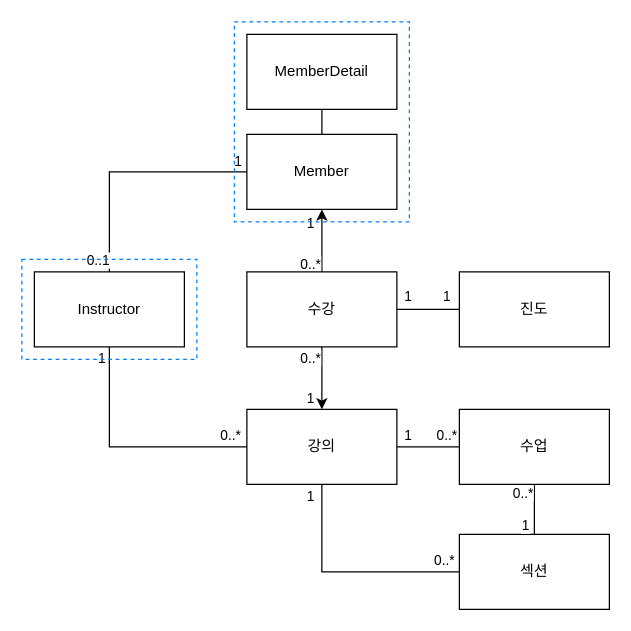
This is 도메인모델.drawio from mrpark219/toby-clean-spring-ddd-hexagonal, a draw.io file, before an edit. Source tidied: cells renumbered, new cells numbered last; positions are measured from the earlier drawing's top-left corner, leaving out a move shared by most shapes. Both pictures are drawn from the tidied source at 125%, with x=0, y=0 at pixel (21, 21).
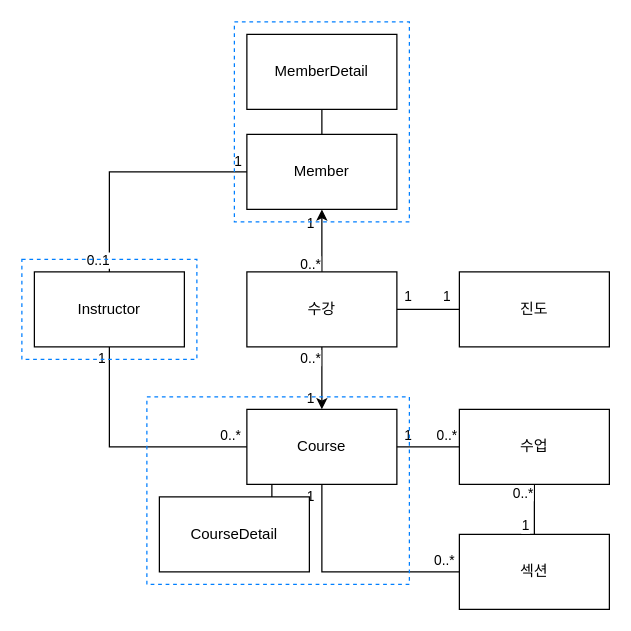
Above is the later version.

Commit message (it also covers changes not shown here):
📝 강의 도메인 설계 추가

Change to the diagram source:
```diff
@@
-    <mxCell id="5" value="강의" style="rounded=0;whiteSpace=wrap;html=1;" parent="1" vertex="1">
+    <mxCell id="5" value="Course" style="rounded=0;whiteSpace=wrap;html=1;" parent="1" vertex="1">
       <mxGeometry x="180" y="310" width="120" height="60" as="geometry" />
     </mxCell>
@@
+    <mxCell id="36" style="rounded=0;whiteSpace=wrap;html=1;strokeColor=#007FFF;fillColor=none;dashed=1;" parent="1" vertex="1">
+      <mxGeometry x="100" y="300" width="210" height="150" as="geometry" />
+    </mxCell>
+    <mxCell id="37" value="CourseDetail" style="rounded=0;whiteSpace=wrap;html=1;" parent="1" vertex="1">
+      <mxGeometry x="110" y="380" width="120" height="60" as="geometry" />
+    </mxCell>
+    <mxCell id="38" style="endArrow=none;html=1;rounded=0;" parent="1" edge="1">
+      <mxGeometry relative="1" as="geometry">
+        <mxPoint x="200" y="380" as="sourcePoint" />
+        <mxPoint x="200" y="370" as="targetPoint" />
+      </mxGeometry>
+    </mxCell>
```
